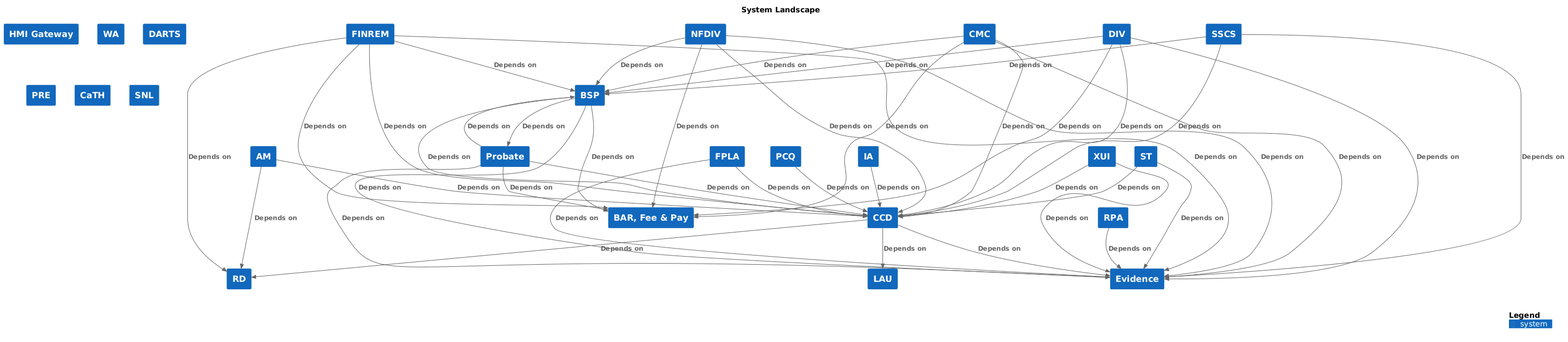
Above: docs/c4/images/structurizr-landscape.png in hmcts/cnp-api-docs (PlantUML), before the change.
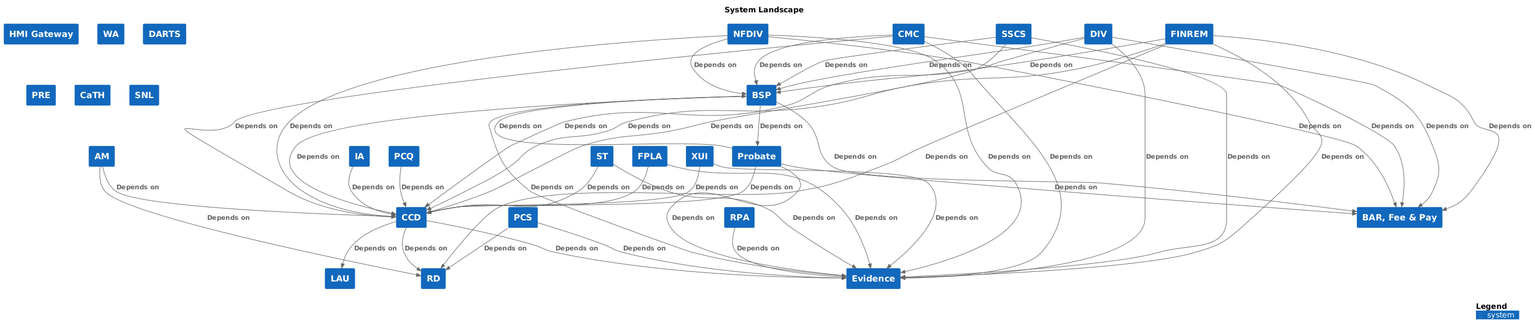
Later version of the same file.

Diff of the diagram source:
```diff
@@ -18,6 +18,7 @@
 System(AM, "AM", $descr="", $tags="", $link="")
 System(PRE, "PRE", $descr="", $tags="", $link="")
 System(ST, "ST", $descr="", $tags="", $link="")
+System(PCS, "PCS", $descr="", $tags="", $link="")
 System(LAU, "LAU", $descr="", $tags="", $link="")
 System(CCD, "CCD", $descr="", $tags="", $link="")
 System(CaTH, "CaTH", $descr="", $tags="", $link="")
@@ -75,6 +76,8 @@
 Rel(AM, CCD, "Depends on", $techn="", $tags="", $link="")
 Rel(ST, CCD, "Depends on", $techn="", $tags="", $link="")
 Rel(ST, Evidence, "Depends on", $techn="", $tags="", $link="")
+Rel(PCS, RD, "Depends on", $techn="", $tags="", $link="")
+Rel(PCS, Evidence, "Depends on", $techn="", $tags="", $link="")
 
 SHOW_DYNAMIC_LEGEND()
 @enduml
```
